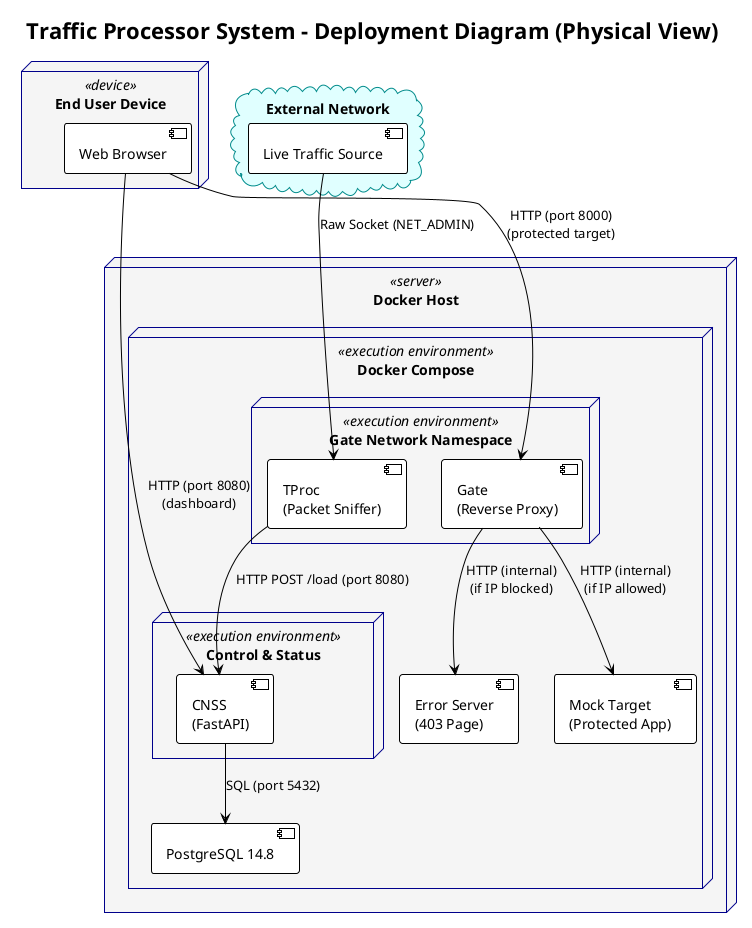
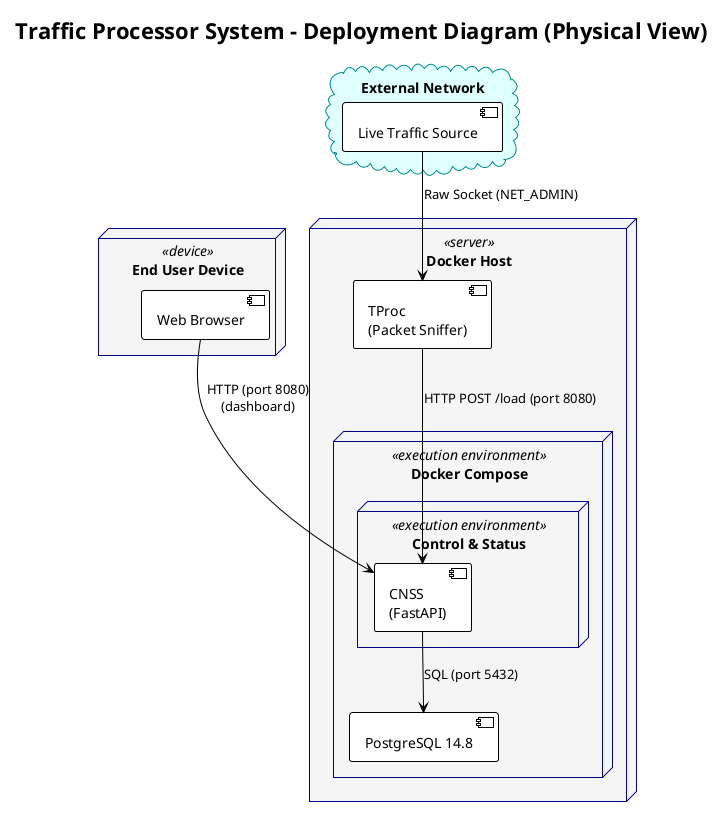
@startuml Deployment Diagram
!theme plain

skinparam node {
  BackgroundColor WhiteSmoke
  BorderColor DarkBlue
  ArrowColor #444444
}

skinparam component {
  BackgroundColor White
  BorderColor Black
}

skinparam cloud {
  BackgroundColor LightCyan
  BorderColor DarkCyan
}

skinparam database {
  BackgroundColor White
  BorderColor Black
}

title Traffic Processor System – Deployment Diagram (Physical View)

' --- Client Tier ---
node "End User Device" <<device>> as UserDevice {
  component [Web Browser] as browser
}

' --- External Network ---
cloud "External Network" {
  component [Live Traffic Source] as network
}

' --- Docker Host (Local / Cloud VM) ---
node "Docker Host" <<server>> as DockerHost {

  node "Docker Compose" <<execution environment>> as Compose {

-     ' Shared network namespace (TProc shares Gate's network)
-     node "Gate Network Namespace" <<execution environment>> as GateNet {
-       component [Gate\n(Reverse Proxy)] as gate
-       component [TProc\n(Packet Sniffer)] as tproc
-     }
- 
-     component [Mock Target\n(Protected App)] as mock_target
-     component [Error Server\n(403 Page)] as error_server
- 
    node "Control & Status" <<execution environment>> {
      component [CNSS\n(FastAPI)] as cnss
    }

    database [PostgreSQL 14.8] as postgres
  }
+ 
+   ' TProc runs separately outside Compose (standalone process)
+   component [TProc\n(Packet Sniffer)] as tproc
}

' --- Relationships (External → Internal) ---
network --> tproc : Raw Socket (NET_ADMIN)
tproc --> cnss : HTTP POST /load (port 8080)

' --- Client Access ---
- browser --> gate : HTTP (port 8000)\n(protected target)
browser --> cnss : HTTP (port 8080)\n(dashboard)
- 
- ' --- Internal Routing (Gate) ---
- gate --> mock_target : HTTP (internal)\n(if IP allowed)
- gate --> error_server : HTTP (internal)\n(if IP blocked)

' --- Persistence ---
cnss --> postgres : SQL (port 5432)

@enduml
